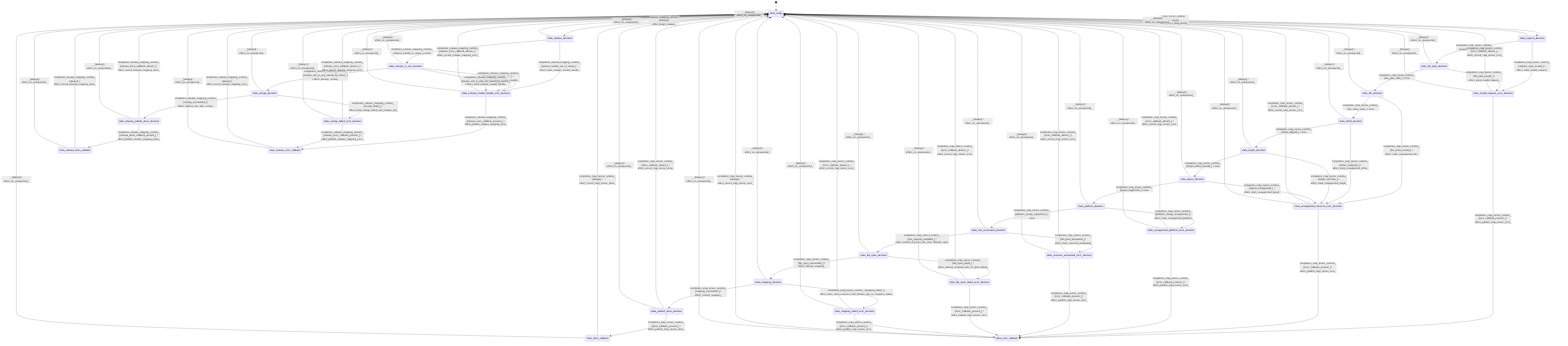
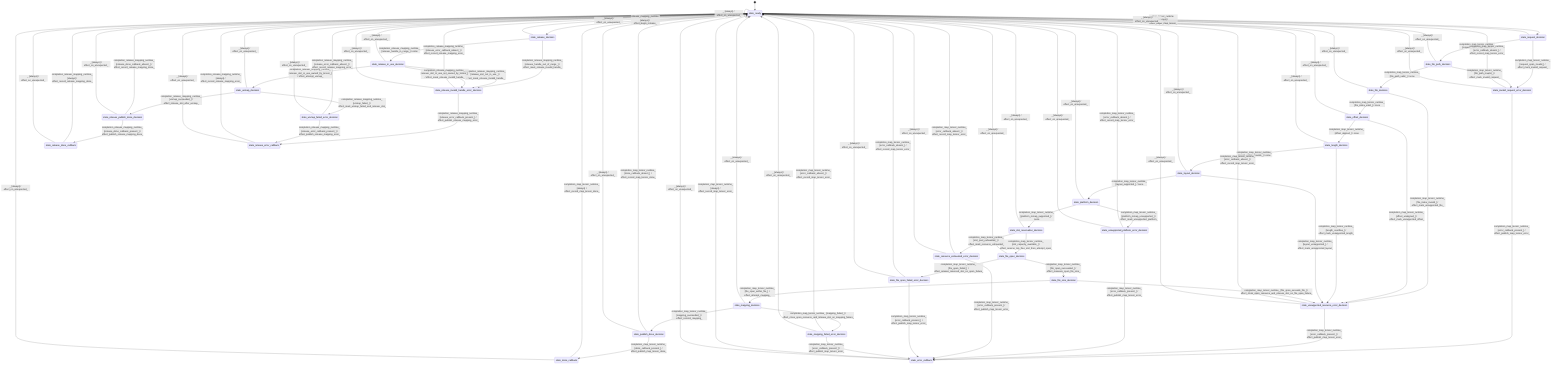
stateDiagram-v2
  direction TB
  [*] --> state_ready
  state_ready --> state_request_decision : map_tensor_runtime [always] / effect_begin_map_tensor_
  state_request_decision --> state_file_path_decision : completion_map_tensor_runtime_ [request_span_valid_] / none
  state_request_decision --> state_invalid_request_error_decision : completion_map_tensor_runtime_ [request_span_invalid_] / effect_mark_invalid_request_
  state_file_path_decision --> state_file_decision : completion_map_tensor_runtime_ [file_path_valid_] / none
  state_file_path_decision --> state_invalid_request_error_decision : completion_map_tensor_runtime_ [file_path_invalid_] / effect_mark_invalid_request_
  state_file_decision --> state_offset_decision : completion_map_tensor_runtime_ [file_index_valid_] / none
  state_file_decision --> state_unsupported_resource_error_decision : completion_map_tensor_runtime_ [file_index_invalid_] / effect_mark_unsupported_file_
  state_offset_decision --> state_length_decision : completion_map_tensor_runtime_ [offset_aligned_] / none
  state_offset_decision --> state_unsupported_resource_error_decision : completion_map_tensor_runtime_ [offset_unaligned_] / effect_mark_unsupported_offset_
  state_length_decision --> state_layout_decision : completion_map_tensor_runtime_ [length_within_bounds_] / none
  state_length_decision --> state_unsupported_resource_error_decision : completion_map_tensor_runtime_ [length_overflow_] / effect_mark_unsupported_length_
  state_layout_decision --> state_platform_decision : completion_map_tensor_runtime_ [layout_supported_] / none
  state_layout_decision --> state_unsupported_resource_error_decision : completion_map_tensor_runtime_ [layout_unsupported_] / effect_mark_unsupported_layout_
  state_platform_decision --> state_slot_reservation_decision : completion_map_tensor_runtime_ [platform_mmap_supported_] / none
  state_platform_decision --> state_unsupported_platform_error_decision : completion_map_tensor_runtime_ [platform_mmap_unsupported_] / effect_mark_unsupported_platform_
  state_slot_reservation_decision --> state_file_open_decision : completion_map_tensor_runtime_ [slot_capacity_available_] / effect_reserve_top_free_slot_then_attempt_open_
  state_slot_reservation_decision --> state_resource_exhausted_error_decision : completion_map_tensor_runtime_ [slot_pool_exhausted_] / effect_mark_resource_exhausted_
-   state_file_open_decision --> state_mapping_decision : completion_map_tensor_runtime_ [file_open_succeeded_] / effect_attempt_mapping_
+   state_file_open_decision --> state_file_size_decision : completion_map_tensor_runtime_ [file_open_succeeded_] / effect_measure_open_file_size_
  state_file_open_decision --> state_file_open_failed_error_decision : completion_map_tensor_runtime_ [file_open_failed_] / effect_release_reserved_slot_on_open_failure_
+   state_file_size_decision --> state_mapping_decision : completion_map_tensor_runtime_ [file_span_within_file_] / effect_attempt_mapping_
+   state_file_size_decision --> state_unsupported_resource_error_decision : completion_map_tensor_runtime_ [file_span_exceeds_file_] / effect_close_open_resource_and_release_slot_on_file_span_failure_
  state_mapping_decision --> state_publish_done_decision : completion_map_tensor_runtime_ [mapping_succeeded_] / effect_commit_mapping_
  state_mapping_decision --> state_mapping_failed_error_decision : completion_map_tensor_runtime_ [mapping_failed_] / effect_close_open_resource_and_release_slot_on_mapping_failure_
  state_publish_done_decision --> state_done_callback : completion_map_tensor_runtime_ [done_callback_present_] / effect_publish_map_tensor_done_
  state_publish_done_decision --> state_ready : completion_map_tensor_runtime_ [done_callback_absent_] / effect_record_map_tensor_done_
  state_done_callback --> state_ready : completion_map_tensor_runtime_ [always] / effect_record_map_tensor_done_
  state_invalid_request_error_decision --> state_error_callback : completion_map_tensor_runtime_ [error_callback_present_] / effect_publish_map_tensor_error_
  state_invalid_request_error_decision --> state_ready : completion_map_tensor_runtime_ [error_callback_absent_] / effect_record_map_tensor_error_
  state_unsupported_resource_error_decision --> state_error_callback : completion_map_tensor_runtime_ [error_callback_present_] / effect_publish_map_tensor_error_
  state_unsupported_resource_error_decision --> state_ready : completion_map_tensor_runtime_ [error_callback_absent_] / effect_record_map_tensor_error_
  state_unsupported_platform_error_decision --> state_error_callback : completion_map_tensor_runtime_ [error_callback_present_] / effect_publish_map_tensor_error_
  state_unsupported_platform_error_decision --> state_ready : completion_map_tensor_runtime_ [error_callback_absent_] / effect_record_map_tensor_error_
  state_resource_exhausted_error_decision --> state_error_callback : completion_map_tensor_runtime_ [error_callback_present_] / effect_publish_map_tensor_error_
  state_resource_exhausted_error_decision --> state_ready : completion_map_tensor_runtime_ [error_callback_absent_] / effect_record_map_tensor_error_
  state_file_open_failed_error_decision --> state_error_callback : completion_map_tensor_runtime_ [error_callback_present_] / effect_publish_map_tensor_error_
  state_file_open_failed_error_decision --> state_ready : completion_map_tensor_runtime_ [error_callback_absent_] / effect_record_map_tensor_error_
  state_mapping_failed_error_decision --> state_error_callback : completion_map_tensor_runtime_ [error_callback_present_] / effect_publish_map_tensor_error_
  state_mapping_failed_error_decision --> state_ready : completion_map_tensor_runtime_ [error_callback_absent_] / effect_record_map_tensor_error_
  state_error_callback --> state_ready : completion_map_tensor_runtime_ [always] / effect_record_map_tensor_error_
  state_ready --> state_release_decision : release_mapping_runtime [always] / effect_begin_release_
  state_release_decision --> state_release_in_use_decision : completion_release_mapping_runtime_ [release_handle_in_range_] / none
  state_release_decision --> state_release_invalid_handle_error_decision : completion_release_mapping_runtime_ [release_handle_out_of_range_] / effect_mark_release_invalid_handle_
  state_release_in_use_decision --> state_unmap_decision : completion_release_mapping_runtime_ [release_slot_in_use_owned_by_tensor_] / effect_attempt_unmap_
  state_release_in_use_decision --> state_release_invalid_handle_error_decision : completion_release_mapping_runtime_ [release_slot_not_in_use_] / effect_mark_release_invalid_handle_
  state_release_in_use_decision --> state_release_invalid_handle_error_decision : completion_release_mapping_runtime_ [release_slot_in_use_not_owned_by_tensor_] / effect_mark_release_invalid_handle_
  state_unmap_decision --> state_release_publish_done_decision : completion_release_mapping_runtime_ [unmap_succeeded_] / effect_release_slot_after_unmap_
  state_unmap_decision --> state_unmap_failed_error_decision : completion_release_mapping_runtime_ [unmap_failed_] / effect_mark_unmap_failed_and_release_slot_
  state_release_publish_done_decision --> state_release_done_callback : completion_release_mapping_runtime_ [release_done_callback_present_] / effect_publish_release_mapping_done_
  state_release_publish_done_decision --> state_ready : completion_release_mapping_runtime_ [release_done_callback_absent_] / effect_record_release_mapping_done_
  state_release_done_callback --> state_ready : completion_release_mapping_runtime_ [always] / effect_record_release_mapping_done_
  state_release_invalid_handle_error_decision --> state_release_error_callback : completion_release_mapping_runtime_ [release_error_callback_present_] / effect_publish_release_mapping_error_
  state_release_invalid_handle_error_decision --> state_ready : completion_release_mapping_runtime_ [release_error_callback_absent_] / effect_record_release_mapping_error_
  state_unmap_failed_error_decision --> state_release_error_callback : completion_release_mapping_runtime_ [release_error_callback_present_] / effect_publish_release_mapping_error_
  state_unmap_failed_error_decision --> state_ready : completion_release_mapping_runtime_ [release_error_callback_absent_] / effect_record_release_mapping_error_
  state_release_error_callback --> state_ready : completion_release_mapping_runtime_ [always] / effect_record_release_mapping_error_
  state_ready --> state_ready : _ [always] / effect_on_unexpected_
  state_request_decision --> state_ready : _ [always] / effect_on_unexpected_
  state_file_path_decision --> state_ready : _ [always] / effect_on_unexpected_
  state_file_decision --> state_ready : _ [always] / effect_on_unexpected_
  state_offset_decision --> state_ready : _ [always] / effect_on_unexpected_
  state_length_decision --> state_ready : _ [always] / effect_on_unexpected_
  state_layout_decision --> state_ready : _ [always] / effect_on_unexpected_
  state_platform_decision --> state_ready : _ [always] / effect_on_unexpected_
  state_slot_reservation_decision --> state_ready : _ [always] / effect_on_unexpected_
  state_file_open_decision --> state_ready : _ [always] / effect_on_unexpected_
  state_mapping_decision --> state_ready : _ [always] / effect_on_unexpected_
  state_publish_done_decision --> state_ready : _ [always] / effect_on_unexpected_
  state_done_callback --> state_ready : _ [always] / effect_on_unexpected_
  state_invalid_request_error_decision --> state_ready : _ [always] / effect_on_unexpected_
  state_unsupported_resource_error_decision --> state_ready : _ [always] / effect_on_unexpected_
  state_unsupported_platform_error_decision --> state_ready : _ [always] / effect_on_unexpected_
  state_resource_exhausted_error_decision --> state_ready : _ [always] / effect_on_unexpected_
  state_file_open_failed_error_decision --> state_ready : _ [always] / effect_on_unexpected_
  state_mapping_failed_error_decision --> state_ready : _ [always] / effect_on_unexpected_
  state_error_callback --> state_ready : _ [always] / effect_on_unexpected_
  state_release_decision --> state_ready : _ [always] / effect_on_unexpected_
  state_release_in_use_decision --> state_ready : _ [always] / effect_on_unexpected_
  state_unmap_decision --> state_ready : _ [always] / effect_on_unexpected_
  state_release_publish_done_decision --> state_ready : _ [always] / effect_on_unexpected_
  state_release_done_callback --> state_ready : _ [always] / effect_on_unexpected_
  state_release_invalid_handle_error_decision --> state_ready : _ [always] / effect_on_unexpected_
  state_unmap_failed_error_decision --> state_ready : _ [always] / effect_on_unexpected_
  state_release_error_callback --> state_ready : _ [always] / effect_on_unexpected_
